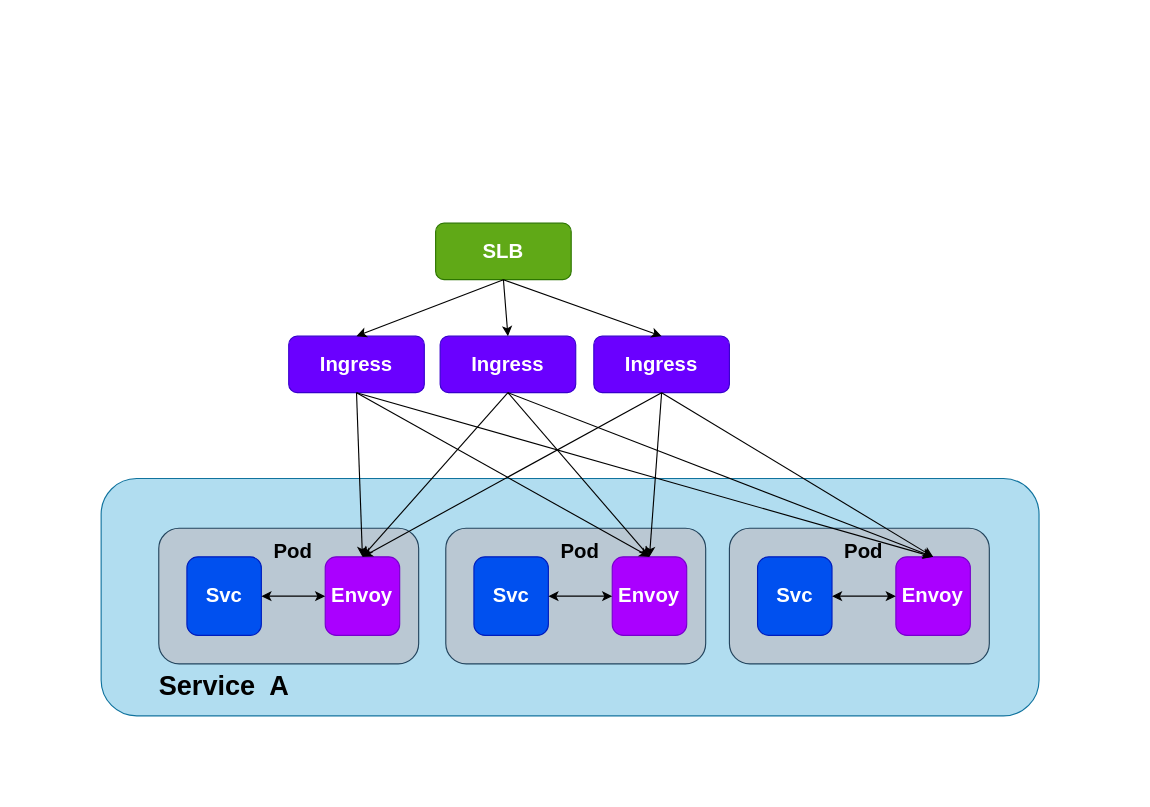
Above: architecture.drawio in binggg/draw (draw.io), before the change. Source tidied: cells renumbered, new cells numbered last; positions are measured from the earlier drawing's top-left corner, leaving out a move shared by most shapes. Both pictures are drawn from the tidied source at 113%, with x=0, y=0 at pixel (77, 223).
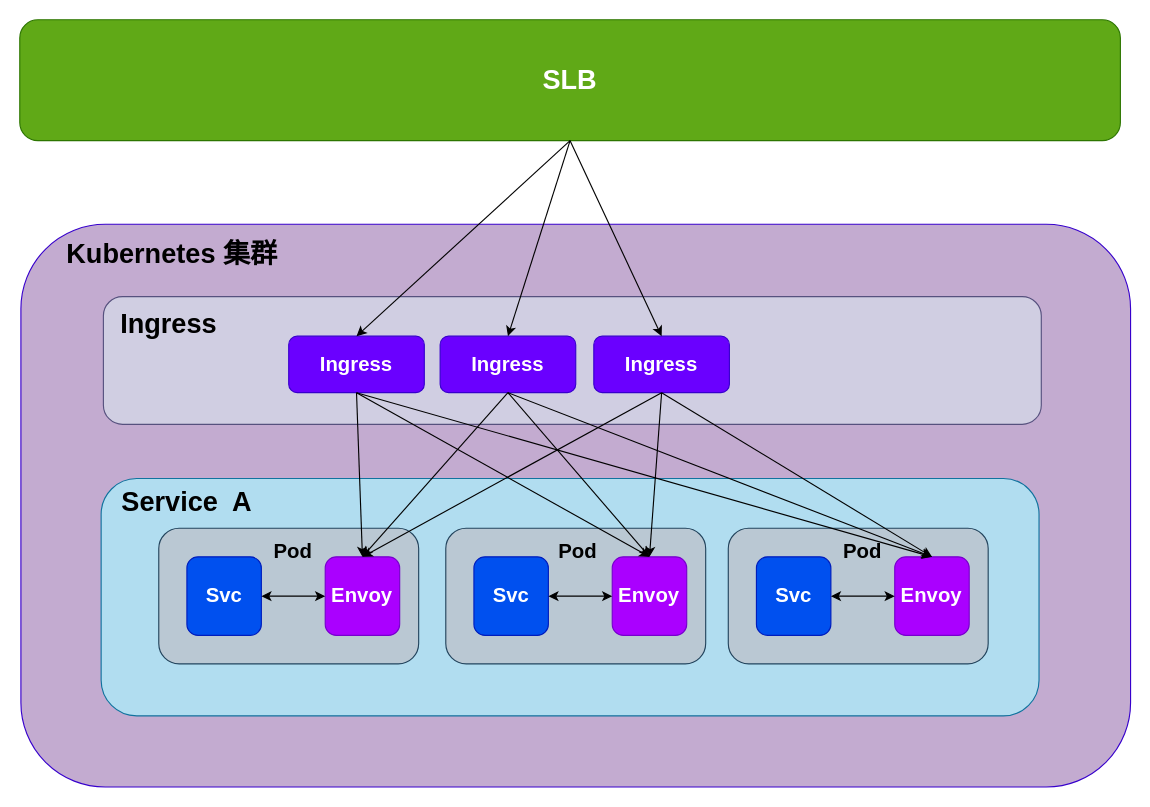
The same page after the edit.

The change refers to these unchanged cells:
```xml
<mxCell id="10" style="group;" parent="1" vertex="1">
  <mxGeometry x="72" y="270" width="230" height="120" as="geometry" />
</mxCell>
<mxCell id="17" style="group;" parent="1" vertex="1">
  <mxGeometry x="326" y="270" width="230" height="120" as="geometry" />
</mxCell>
```

Change to the diagram source:
```diff
@@
+    <mxCell id="41" style="rounded=1;whiteSpace=wrap;html=1;fillColor=#C3ABD0;strokeColor=#3700CC;fontColor=#ffffff;" parent="1" vertex="1">
+      <mxGeometry x="-50" y="1" width="982" height="498" as="geometry" />
+    </mxCell>
+    <mxCell id="42" style="rounded=1;whiteSpace=wrap;html=1;fillColor=#d0cee2;strokeColor=#56517e;" parent="1" vertex="1">
+      <mxGeometry x="23" y="65" width="830" height="113" as="geometry" />
+    </mxCell>
@@
-    <mxCell id="3" value="&lt;h2&gt;SLB&lt;/h2&gt;" style="rounded=1;whiteSpace=wrap;html=1;fillColor=#60a917;strokeColor=#2D7600;fontColor=#ffffff;" parent="1" vertex="1">
-      <mxGeometry x="317" width="120" height="50" as="geometry" />
+    <mxCell id="3" value="&lt;h1&gt;SLB&lt;/h1&gt;" style="rounded=1;whiteSpace=wrap;html=1;fillColor=#60a917;strokeColor=#2D7600;fontColor=#ffffff;" parent="1" vertex="1">
+      <mxGeometry x="-51" y="-180" width="974" height="107" as="geometry" />
     </mxCell>
@@
-    <mxCell id="14" style="edgeStyle=orthogonalEdgeStyle;rounded=0;orthogonalLoop=1;jettySize=auto;html=1;exitX=0.5;exitY=1;exitDx=0;exitDy=0;" parent="10" edge="1">
-      <mxGeometry relative="1" as="geometry">
-        <mxPoint x="115" y="25" as="sourcePoint" />
-        <mxPoint x="115" y="25.4" as="targetPoint" />
-      </mxGeometry>
-    </mxCell>
@@
-    <mxCell id="21" style="edgeStyle=orthogonalEdgeStyle;rounded=0;orthogonalLoop=1;jettySize=auto;html=1;exitX=0.5;exitY=1;exitDx=0;exitDy=0;" parent="17" edge="1">
-      <mxGeometry relative="1" as="geometry">
-        <mxPoint x="115" y="25" as="sourcePoint" />
-        <mxPoint x="115" y="25.4" as="targetPoint" />
-      </mxGeometry>
-    </mxCell>
@@
     <mxCell id="23" value="&lt;h2&gt;Pod&lt;/h2&gt;" style="text;html=1;strokeColor=none;fillColor=none;align=center;verticalAlign=middle;whiteSpace=wrap;rounded=0;" parent="17" vertex="1">
-      <mxGeometry x="99" y="10.5" width="40" height="20" as="geometry" />
+      <mxGeometry x="97" y="10.5" width="40" height="20" as="geometry" />
     </mxCell>
     <mxCell id="24" style="group;" parent="1" vertex="1">
-      <mxGeometry x="577" y="270" width="230" height="120" as="geometry" />
+      <mxGeometry x="576" y="270" width="230" height="120" as="geometry" />
     </mxCell>
@@
-    <mxCell id="28" style="edgeStyle=orthogonalEdgeStyle;rounded=0;orthogonalLoop=1;jettySize=auto;html=1;exitX=0.5;exitY=1;exitDx=0;exitDy=0;" parent="24" edge="1">
-      <mxGeometry relative="1" as="geometry">
-        <mxPoint x="115" y="25" as="sourcePoint" />
-        <mxPoint x="115" y="25.4" as="targetPoint" />
-      </mxGeometry>
-    </mxCell>
@@
     <mxCell id="40" value="&lt;h1&gt;Service&amp;nbsp; A&lt;/h1&gt;" style="text;html=1;strokeColor=none;fillColor=none;align=center;verticalAlign=middle;whiteSpace=wrap;rounded=0;" parent="1" vertex="1">
-      <mxGeometry y="400" width="260" height="20" as="geometry" />
+      <mxGeometry x="-33" y="237" width="260" height="20" as="geometry" />
     </mxCell>
+    <mxCell id="43" value="&lt;h1&gt;Ingress&lt;/h1&gt;" style="text;html=1;strokeColor=none;fillColor=none;align=center;verticalAlign=middle;whiteSpace=wrap;rounded=0;" parent="1" vertex="1">
+      <mxGeometry x="-49" y="80" width="260" height="20" as="geometry" />
+    </mxCell>
+    <mxCell id="44" value="&lt;h1&gt;Kubernetes 集群&lt;/h1&gt;" style="text;html=1;strokeColor=none;fillColor=none;align=center;verticalAlign=middle;whiteSpace=wrap;rounded=0;" parent="1" vertex="1">
+      <mxGeometry x="-46" y="18" width="260" height="20" as="geometry" />
+    </mxCell>
```
